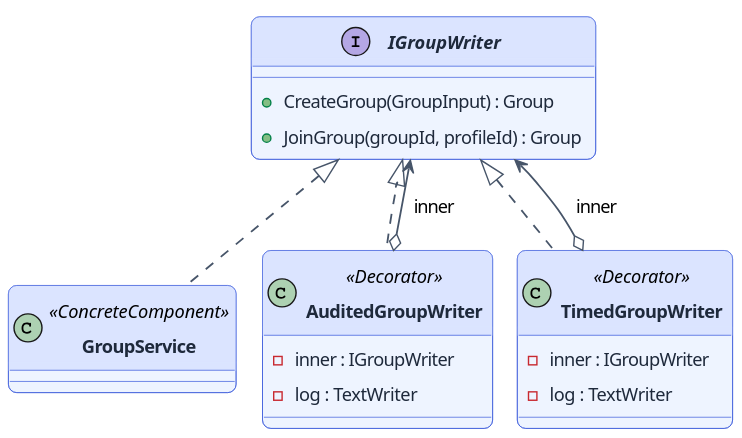
Before: lab-02/csharp/assets/d04-decorator.svg, a diagram exported from PlantUML (Lucian-Adrian/sem5-software-design).
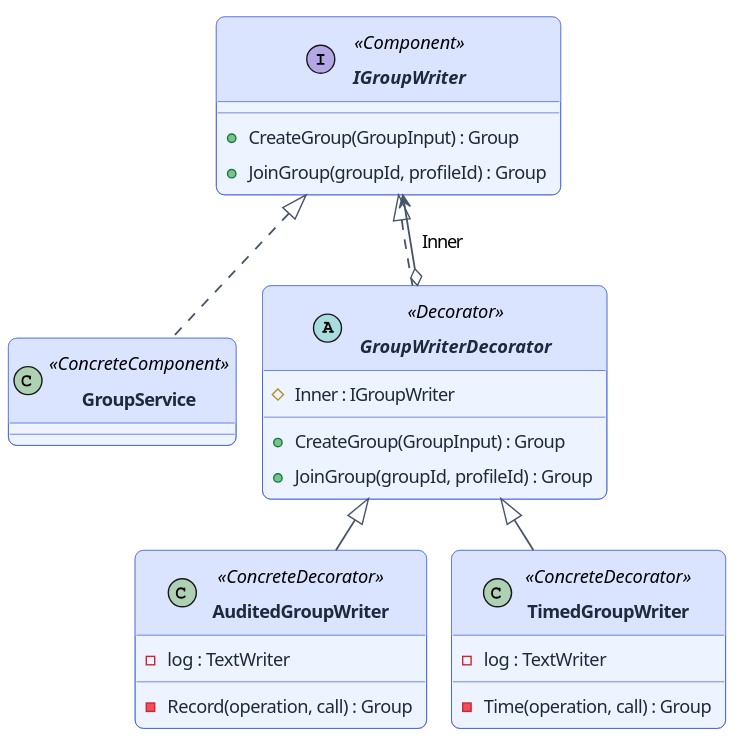
After the change.

The edit, as a diff of the source:
```diff
@@ -1,21 +1,26 @@
 @startuml
 !include style.iuml
-interface IGroupWriter {
+interface IGroupWriter <<Component>> {
   +CreateGroup(GroupInput) : Group
   +JoinGroup(groupId, profileId) : Group
 }
 class GroupService <<ConcreteComponent>>
-class AuditedGroupWriter <<Decorator>> {
-  -inner : IGroupWriter
+abstract class GroupWriterDecorator <<Decorator>> {
+  #Inner : IGroupWriter
+  +CreateGroup(GroupInput) : Group
+  +JoinGroup(groupId, profileId) : Group
+}
+class AuditedGroupWriter <<ConcreteDecorator>> {
   -log : TextWriter
+  -Record(operation, call) : Group
 }
-class TimedGroupWriter <<Decorator>> {
-  -inner : IGroupWriter
+class TimedGroupWriter <<ConcreteDecorator>> {
   -log : TextWriter
+  -Time(operation, call) : Group
 }
 IGroupWriter <|.. GroupService
-IGroupWriter <|.. AuditedGroupWriter
-IGroupWriter <|.. TimedGroupWriter
-AuditedGroupWriter o--> IGroupWriter : inner
-TimedGroupWriter o--> IGroupWriter : inner
+IGroupWriter <|.. GroupWriterDecorator
+GroupWriterDecorator <|-- AuditedGroupWriter
+GroupWriterDecorator <|-- TimedGroupWriter
+GroupWriterDecorator o--> IGroupWriter : Inner
 @enduml
```
